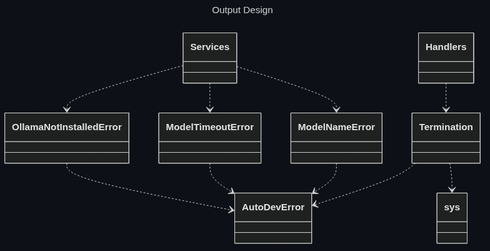
The Mermaid diagram docs/assets/mermaid/error.png in Oldranda1414/AutoDev, before a commit. Its source is kept beside it as docs/assets/src/error.mmd.
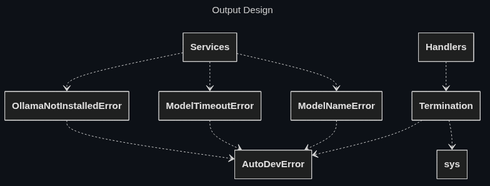
After the commit.

Commit message:
docs: improve error class diagram

Change to the diagram source:
```diff
@@ -1,5 +1,8 @@
 ---
 title: Output Design
+config:
+  class:
+    hideEmptyMembersBox: true
 ---
 classDiagram
 
```
